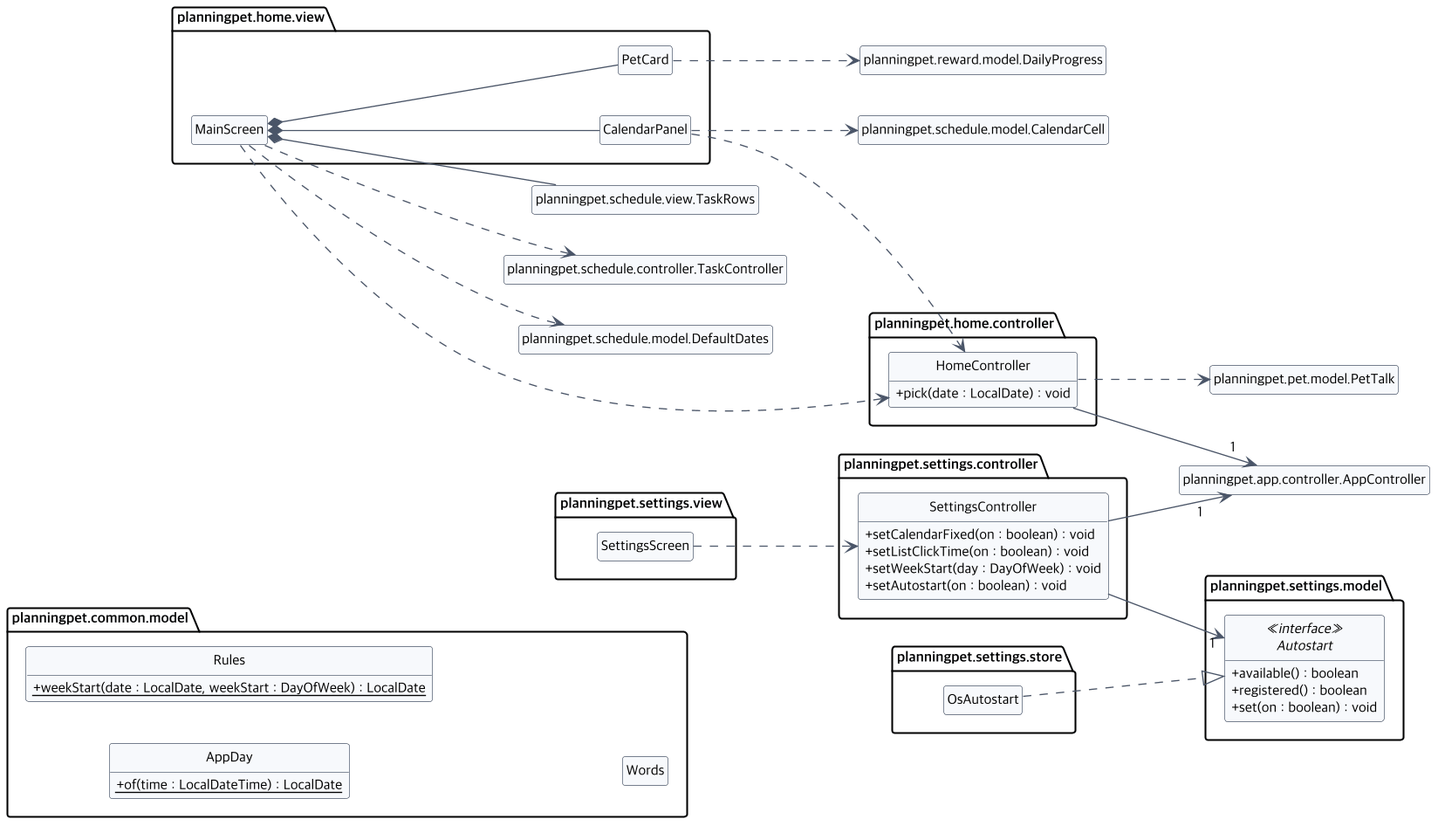
This is docs/diagrams/class-home-settings.png from 2026-2-software-system-design-11/planning-pet-app, a PlantUML export, as it was before one commit.
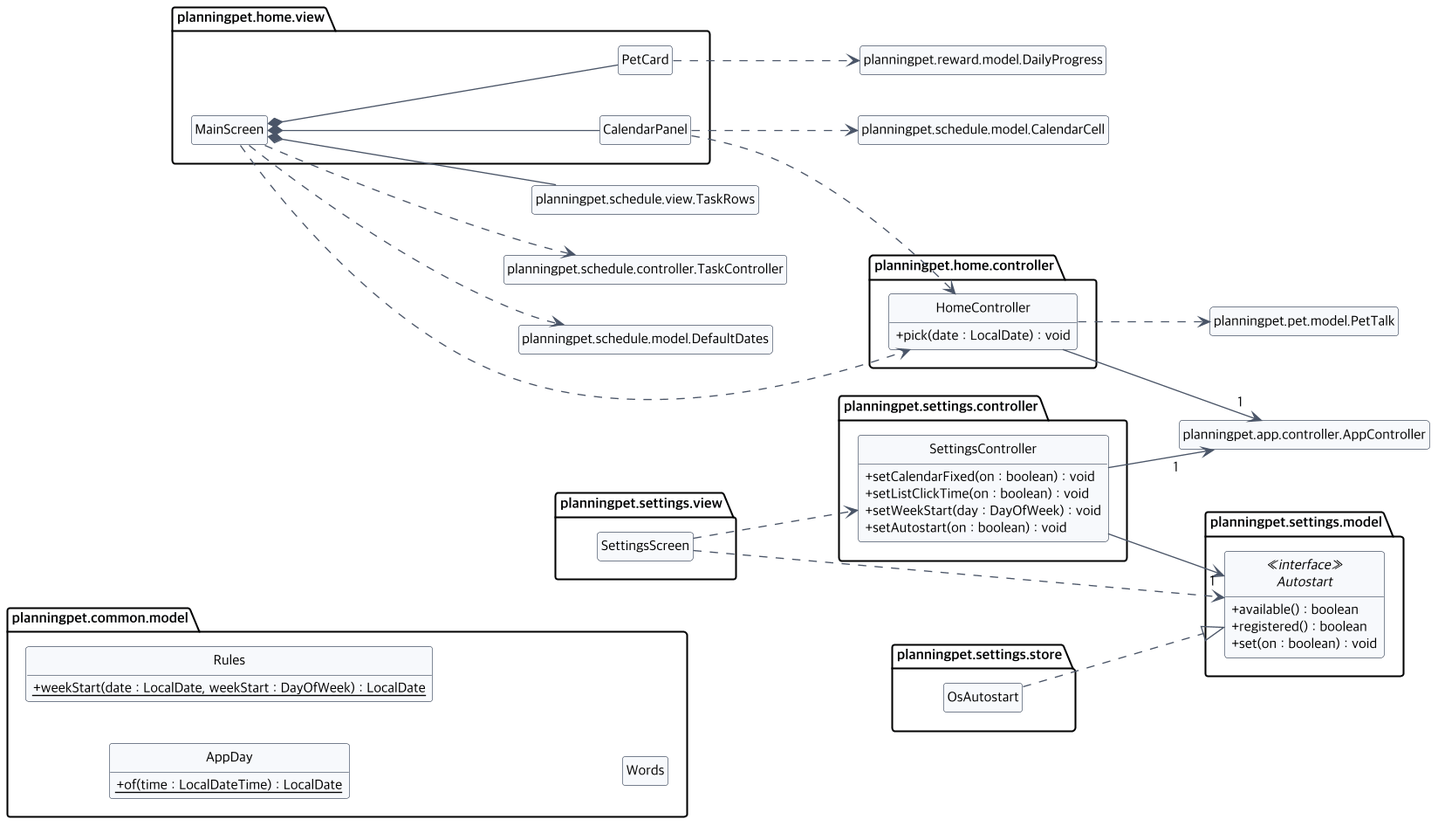
The same diagram one commit later.

The edit, as a diff of the source:
```diff
@@ -53,6 +53,7 @@
 PetCard ..> planningpet.reward.model.DailyProgress
 HomeController --> "1" planningpet.app.controller.AppController
 SettingsScreen ..> SettingsController
+SettingsScreen ..> Autostart
 SettingsController --> "1" Autostart
 SettingsController --> "1" planningpet.app.controller.AppController
 OsAutostart ..|> Autostart
```
